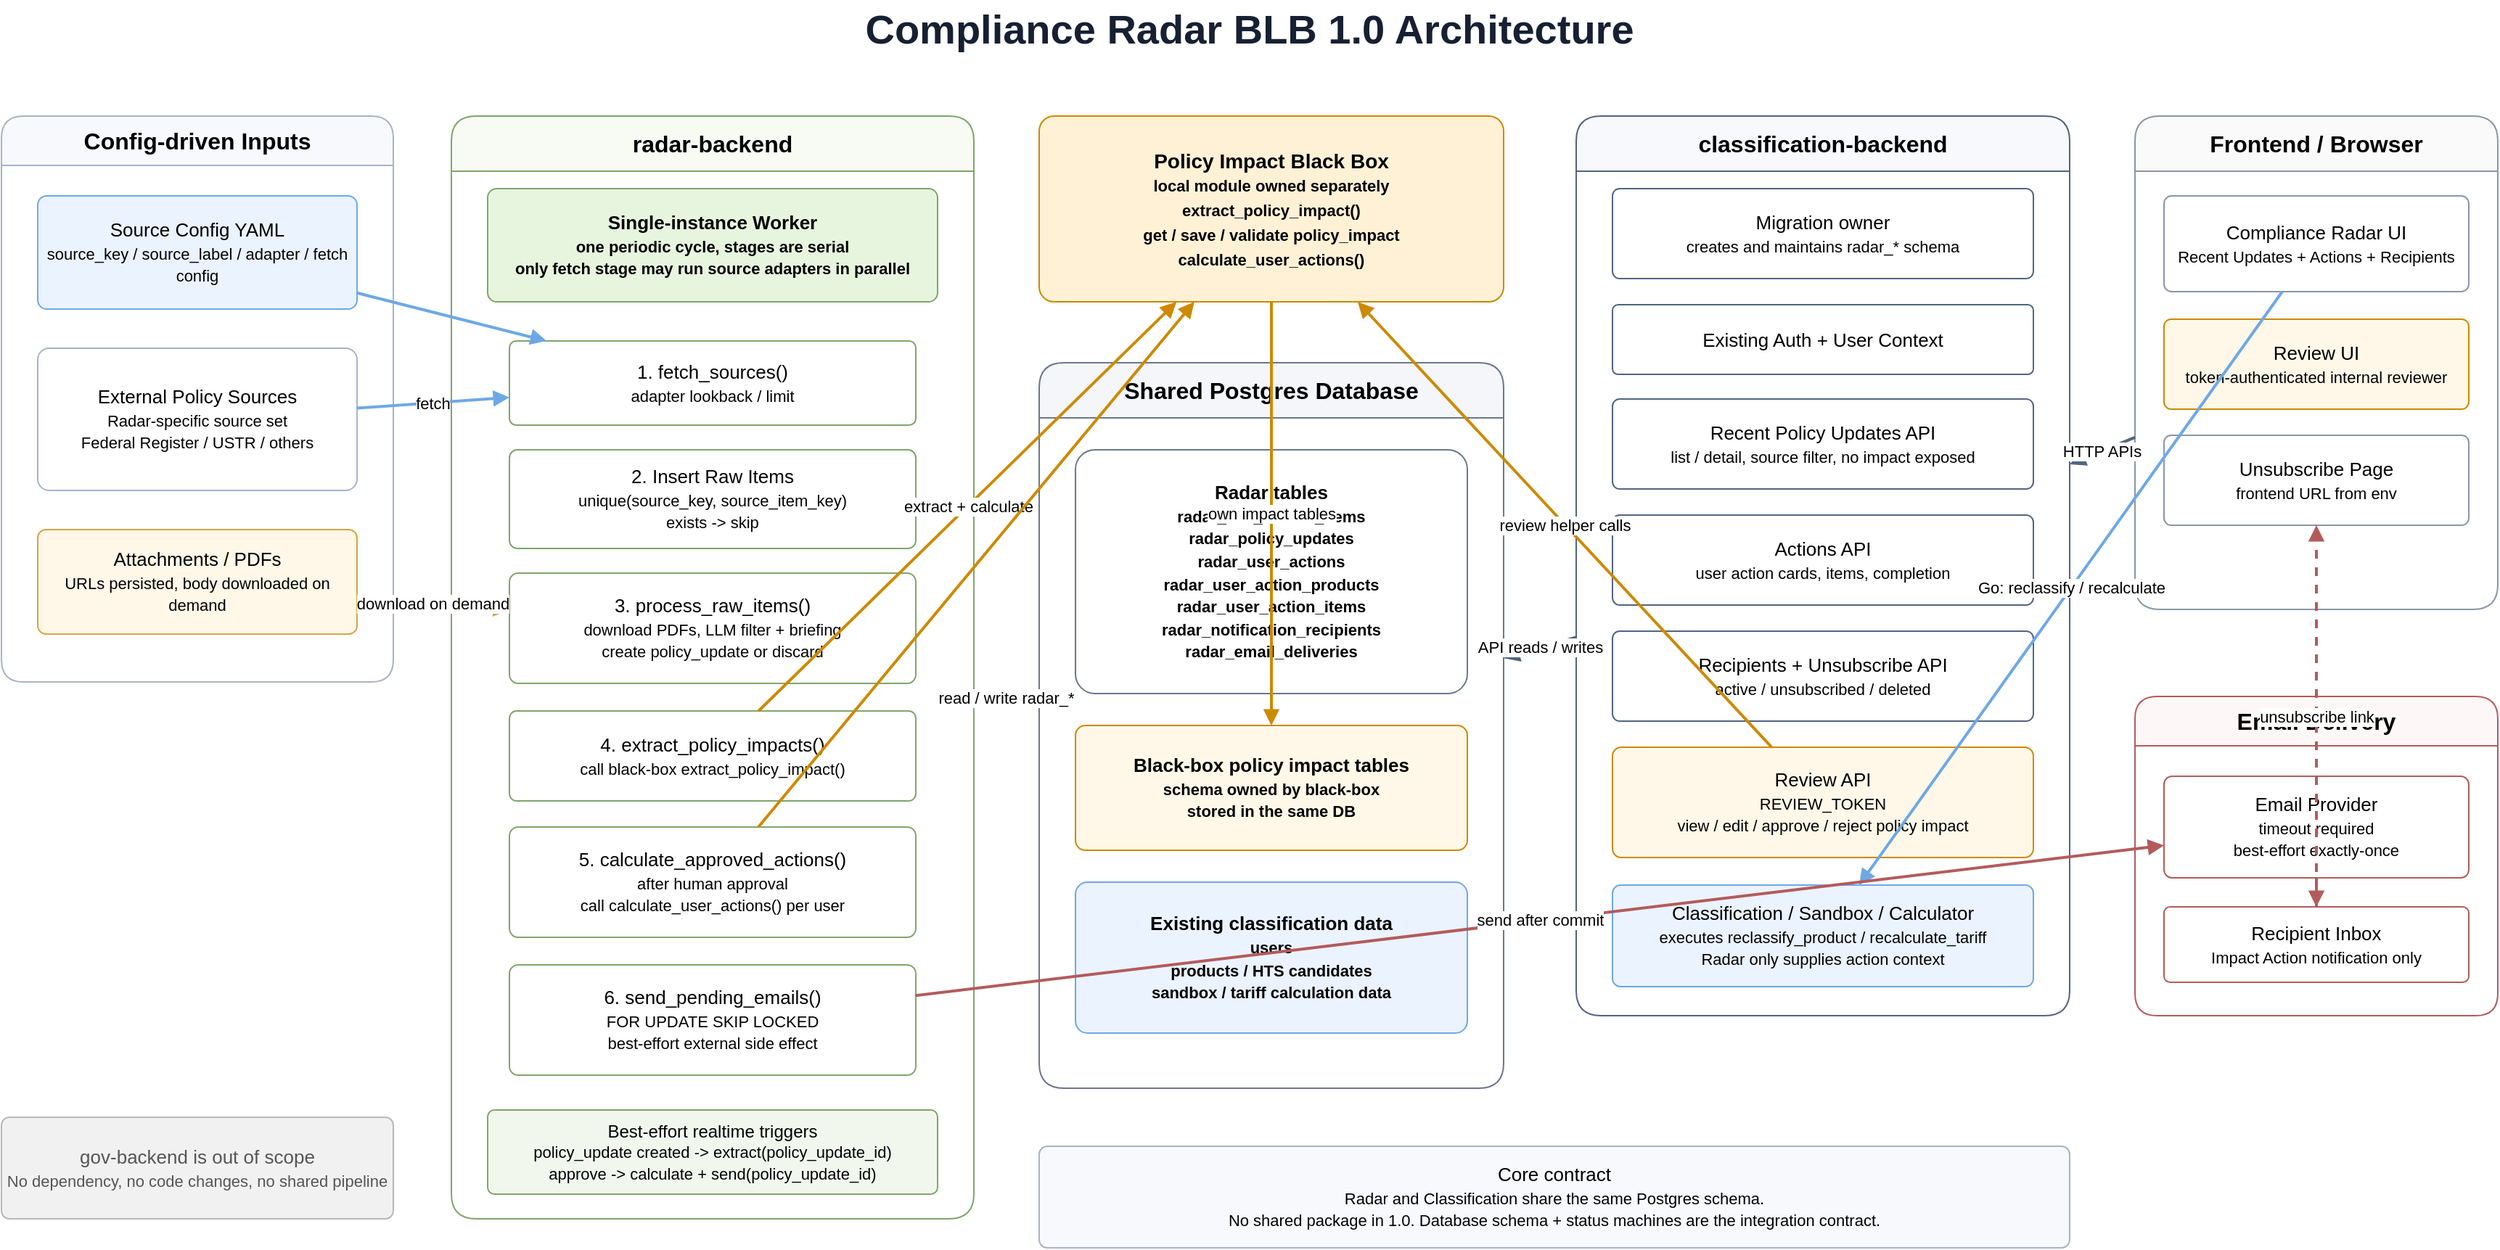
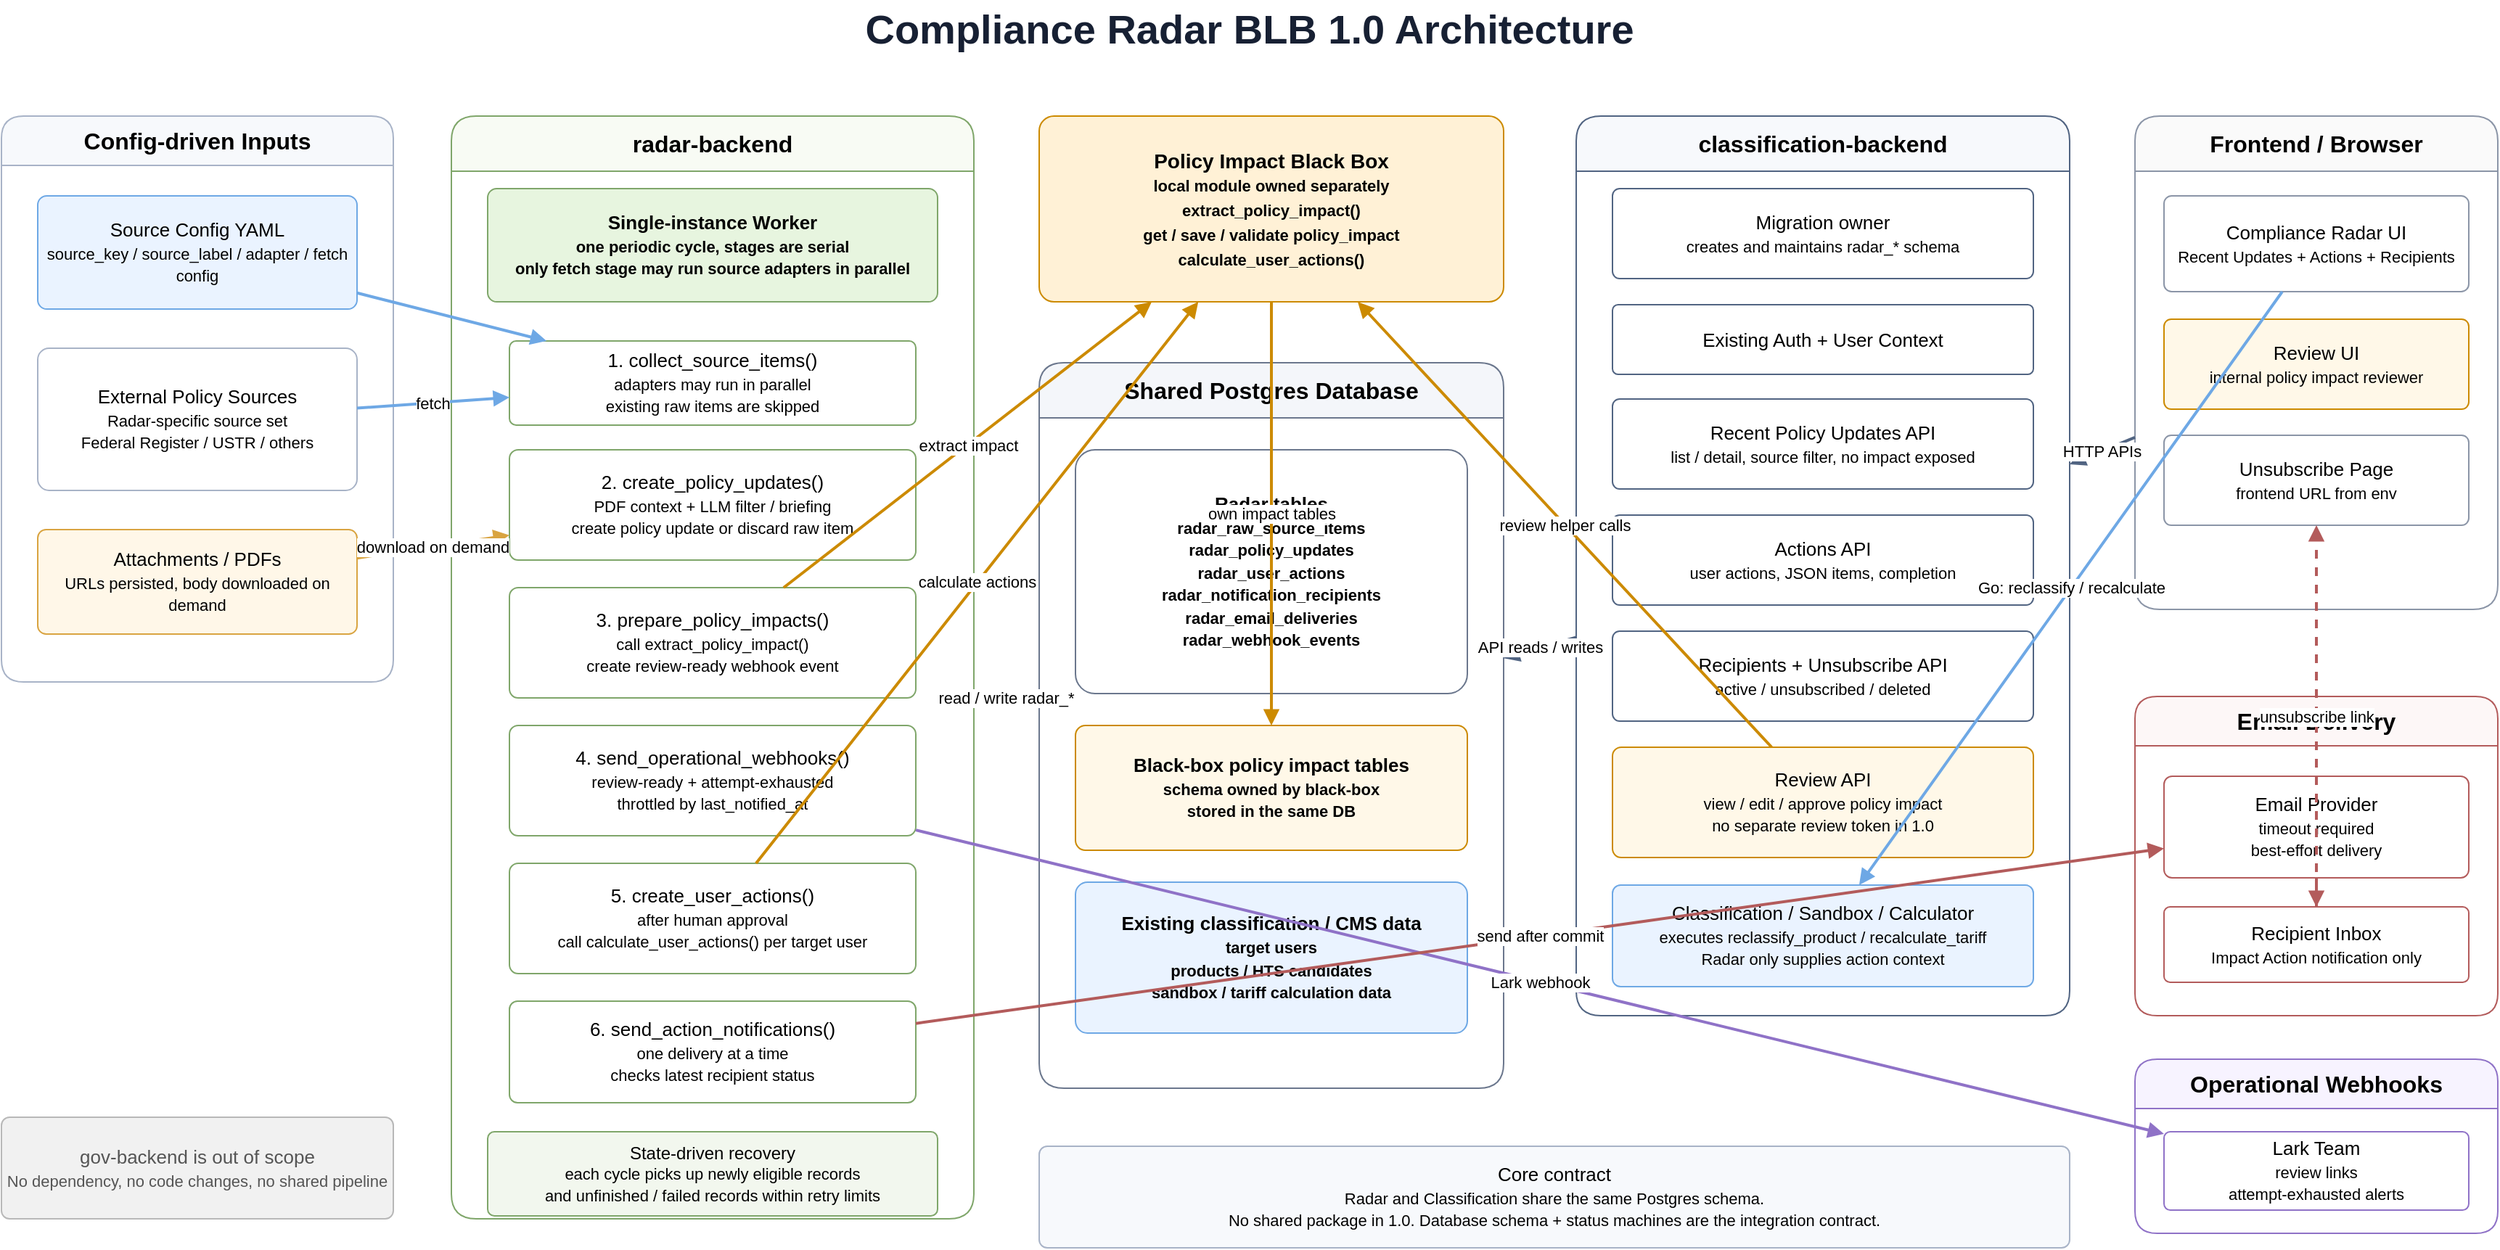
- <mxfile host="app.diagrams.net" modified="2026-05-08T00:00:00.000Z" agent="Codex" version="24.7.17" type="device">
+ <mxfile host="app.diagrams.net" modified="2026-05-12T00:00:00.000Z" agent="Codex" version="24.7.17" type="device">
  <diagram id="compliance-radar-architecture" name="Compliance Radar Architecture">
    <mxGraphModel dx="1800" dy="1100" grid="1" gridSize="10" guides="1" tooltips="1" connect="1" arrows="1" fold="1" page="1" pageScale="1" pageWidth="1800" pageHeight="1100" math="0" shadow="0">
      <root>
        <mxCell id="0" />
        <mxCell id="1" parent="0" />

        <mxCell id="title" value="Compliance Radar BLB 1.0 Architecture" style="text;html=1;strokeColor=none;fillColor=none;align=center;verticalAlign=middle;whiteSpace=wrap;rounded=0;fontSize=28;fontStyle=1;fontColor=#172033;" vertex="1" parent="1">
          <mxGeometry x="40" y="20" width="1720" height="40" as="geometry" />
        </mxCell>

        <mxCell id="sourcesContainer" value="Config-driven Inputs" style="swimlane;html=1;startSize=34;rounded=1;whiteSpace=wrap;fillColor=#F7F9FC;strokeColor=#A8B3C7;fontSize=16;fontStyle=1;" vertex="1" parent="1">
          <mxGeometry x="40" y="100" width="270" height="390" as="geometry" />
        </mxCell>
        <mxCell id="sourceConfig" value="Source Config YAML&lt;br&gt;&lt;font style=&quot;font-size: 11px;&quot;&gt;source_key / source_label / adapter / fetch config&lt;/font&gt;" style="rounded=1;whiteSpace=wrap;html=1;arcSize=8;fillColor=#EAF3FF;strokeColor=#6EA8E5;fontSize=13;" vertex="1" parent="1">
          <mxGeometry x="65" y="155" width="220" height="78" as="geometry" />
        </mxCell>
        <mxCell id="externalSources" value="External Policy Sources&lt;br&gt;&lt;font style=&quot;font-size: 11px;&quot;&gt;Radar-specific source set&lt;br&gt;Federal Register / USTR / others&lt;/font&gt;" style="rounded=1;whiteSpace=wrap;html=1;arcSize=8;fillColor=#FFFFFF;strokeColor=#A8B3C7;fontSize=13;" vertex="1" parent="1">
          <mxGeometry x="65" y="260" width="220" height="98" as="geometry" />
        </mxCell>
        <mxCell id="attachments" value="Attachments / PDFs&lt;br&gt;&lt;font style=&quot;font-size: 11px;&quot;&gt;URLs persisted, body downloaded on demand&lt;/font&gt;" style="rounded=1;whiteSpace=wrap;html=1;arcSize=8;fillColor=#FFF7E8;strokeColor=#D9A441;fontSize=13;" vertex="1" parent="1">
          <mxGeometry x="65" y="385" width="220" height="72" as="geometry" />
        </mxCell>

        <mxCell id="radarContainer" value="radar-backend" style="swimlane;html=1;startSize=38;rounded=1;whiteSpace=wrap;fillColor=#F8FBF4;strokeColor=#7FA66A;fontSize=16;fontStyle=1;" vertex="1" parent="1">
          <mxGeometry x="350" y="100" width="360" height="760" as="geometry" />
        </mxCell>
        <mxCell id="singleWorker" value="Single-instance Worker&lt;br&gt;&lt;font style=&quot;font-size: 11px;&quot;&gt;one periodic cycle, stages are serial&lt;br&gt;only fetch stage may run source adapters in parallel&lt;/font&gt;" style="rounded=1;whiteSpace=wrap;html=1;arcSize=8;fillColor=#E7F5DF;strokeColor=#7FA66A;fontSize=13;fontStyle=1;" vertex="1" parent="1">
          <mxGeometry x="375" y="150" width="310" height="78" as="geometry" />
        </mxCell>
-         <mxCell id="stageFetch" value="1. fetch_sources()&lt;br&gt;&lt;font style=&quot;font-size: 11px;&quot;&gt;adapter lookback / limit&lt;/font&gt;" style="rounded=1;whiteSpace=wrap;html=1;arcSize=8;fillColor=#FFFFFF;strokeColor=#7FA66A;fontSize=13;" vertex="1" parent="1">
+         <mxCell id="stageFetch" value="1. collect_source_items()&lt;br&gt;&lt;font style=&quot;font-size: 11px;&quot;&gt;adapters may run in parallel&lt;br&gt;existing raw items are skipped&lt;/font&gt;" style="rounded=1;whiteSpace=wrap;html=1;arcSize=8;fillColor=#FFFFFF;strokeColor=#7FA66A;fontSize=13;" vertex="1" parent="1">
          <mxGeometry x="390" y="255" width="280" height="58" as="geometry" />
        </mxCell>
-         <mxCell id="stageInsert" value="2. Insert Raw Items&lt;br&gt;&lt;font style=&quot;font-size: 11px;&quot;&gt;unique(source_key, source_item_key)&lt;br&gt;exists -&amp;gt; skip&lt;/font&gt;" style="rounded=1;whiteSpace=wrap;html=1;arcSize=8;fillColor=#FFFFFF;strokeColor=#7FA66A;fontSize=13;" vertex="1" parent="1">
-           <mxGeometry x="390" y="330" width="280" height="68" as="geometry" />
+         <mxCell id="stagePolicyUpdates" value="2. create_policy_updates()&lt;br&gt;&lt;font style=&quot;font-size: 11px;&quot;&gt;PDF context + LLM filter / briefing&lt;br&gt;create policy update or discard raw item&lt;/font&gt;" style="rounded=1;whiteSpace=wrap;html=1;arcSize=8;fillColor=#FFFFFF;strokeColor=#7FA66A;fontSize=13;" vertex="1" parent="1">
+           <mxGeometry x="390" y="330" width="280" height="76" as="geometry" />
        </mxCell>
-         <mxCell id="stageProcess" value="3. process_raw_items()&lt;br&gt;&lt;font style=&quot;font-size: 11px;&quot;&gt;download PDFs, LLM filter + briefing&lt;br&gt;create policy_update or discard&lt;/font&gt;" style="rounded=1;whiteSpace=wrap;html=1;arcSize=8;fillColor=#FFFFFF;strokeColor=#7FA66A;fontSize=13;" vertex="1" parent="1">
-           <mxGeometry x="390" y="415" width="280" height="76" as="geometry" />
+         <mxCell id="stageImpacts" value="3. prepare_policy_impacts()&lt;br&gt;&lt;font style=&quot;font-size: 11px;&quot;&gt;call extract_policy_impact()&lt;br&gt;create review-ready webhook event&lt;/font&gt;" style="rounded=1;whiteSpace=wrap;html=1;arcSize=8;fillColor=#FFFFFF;strokeColor=#7FA66A;fontSize=13;" vertex="1" parent="1">
+           <mxGeometry x="390" y="425" width="280" height="76" as="geometry" />
        </mxCell>
-         <mxCell id="stageExtract" value="4. extract_policy_impacts()&lt;br&gt;&lt;font style=&quot;font-size: 11px;&quot;&gt;call black-box extract_policy_impact()&lt;/font&gt;" style="rounded=1;whiteSpace=wrap;html=1;arcSize=8;fillColor=#FFFFFF;strokeColor=#7FA66A;fontSize=13;" vertex="1" parent="1">
-           <mxGeometry x="390" y="510" width="280" height="62" as="geometry" />
+         <mxCell id="stageWebhooks" value="4. send_operational_webhooks()&lt;br&gt;&lt;font style=&quot;font-size: 11px;&quot;&gt;review-ready + attempt-exhausted&lt;br&gt;throttled by last_notified_at&lt;/font&gt;" style="rounded=1;whiteSpace=wrap;html=1;arcSize=8;fillColor=#FFFFFF;strokeColor=#7FA66A;fontSize=13;" vertex="1" parent="1">
+           <mxGeometry x="390" y="520" width="280" height="76" as="geometry" />
        </mxCell>
-         <mxCell id="stageActions" value="5. calculate_approved_actions()&lt;br&gt;&lt;font style=&quot;font-size: 11px;&quot;&gt;after human approval&lt;br&gt;call calculate_user_actions() per user&lt;/font&gt;" style="rounded=1;whiteSpace=wrap;html=1;arcSize=8;fillColor=#FFFFFF;strokeColor=#7FA66A;fontSize=13;" vertex="1" parent="1">
-           <mxGeometry x="390" y="590" width="280" height="76" as="geometry" />
+         <mxCell id="stageActions" value="5. create_user_actions()&lt;br&gt;&lt;font style=&quot;font-size: 11px;&quot;&gt;after human approval&lt;br&gt;call calculate_user_actions() per target user&lt;/font&gt;" style="rounded=1;whiteSpace=wrap;html=1;arcSize=8;fillColor=#FFFFFF;strokeColor=#7FA66A;fontSize=13;" vertex="1" parent="1">
+           <mxGeometry x="390" y="615" width="280" height="76" as="geometry" />
        </mxCell>
-         <mxCell id="stageEmail" value="6. send_pending_emails()&lt;br&gt;&lt;font style=&quot;font-size: 11px;&quot;&gt;FOR UPDATE SKIP LOCKED&lt;br&gt;best-effort external side effect&lt;/font&gt;" style="rounded=1;whiteSpace=wrap;html=1;arcSize=8;fillColor=#FFFFFF;strokeColor=#7FA66A;fontSize=13;" vertex="1" parent="1">
-           <mxGeometry x="390" y="685" width="280" height="76" as="geometry" />
+         <mxCell id="stageEmail" value="6. send_action_notifications()&lt;br&gt;&lt;font style=&quot;font-size: 11px;&quot;&gt;one delivery at a time&lt;br&gt;checks latest recipient status&lt;/font&gt;" style="rounded=1;whiteSpace=wrap;html=1;arcSize=8;fillColor=#FFFFFF;strokeColor=#7FA66A;fontSize=13;" vertex="1" parent="1">
+           <mxGeometry x="390" y="710" width="280" height="70" as="geometry" />
        </mxCell>
-         <mxCell id="realtimeTriggers" value="Best-effort realtime triggers&lt;br&gt;&lt;font style=&quot;font-size: 11px;&quot;&gt;policy_update created -&amp;gt; extract(policy_update_id)&lt;br&gt;approve -&amp;gt; calculate + send(policy_update_id)&lt;/font&gt;" style="rounded=1;whiteSpace=wrap;html=1;arcSize=8;fillColor=#F2F7EE;strokeColor=#7FA66A;fontSize=12;" vertex="1" parent="1">
-           <mxGeometry x="375" y="785" width="310" height="58" as="geometry" />
+         <mxCell id="stateDrivenRecovery" value="State-driven recovery&lt;br&gt;&lt;font style=&quot;font-size: 11px;&quot;&gt;each cycle picks up newly eligible records&lt;br&gt;and unfinished / failed records within retry limits&lt;/font&gt;" style="rounded=1;whiteSpace=wrap;html=1;arcSize=8;fillColor=#F2F7EE;strokeColor=#7FA66A;fontSize=12;" vertex="1" parent="1">
+           <mxGeometry x="375" y="800" width="310" height="58" as="geometry" />
        </mxCell>

        <mxCell id="blackbox" value="Policy Impact Black Box&lt;br&gt;&lt;font style=&quot;font-size: 11px;&quot;&gt;local module owned separately&lt;br&gt;extract_policy_impact()&lt;br&gt;get / save / validate policy_impact&lt;br&gt;calculate_user_actions()&lt;/font&gt;" style="rounded=1;whiteSpace=wrap;html=1;arcSize=8;fillColor=#FFF1D6;strokeColor=#CC8A00;fontSize=14;fontStyle=1;" vertex="1" parent="1">
          <mxGeometry x="755" y="100" width="320" height="128" as="geometry" />
        </mxCell>

        <mxCell id="dbContainer" value="Shared Postgres Database" style="swimlane;html=1;startSize=38;rounded=1;whiteSpace=wrap;fillColor=#F4F6FA;strokeColor=#6B778D;fontSize=16;fontStyle=1;" vertex="1" parent="1">
          <mxGeometry x="755" y="270" width="320" height="500" as="geometry" />
        </mxCell>
-         <mxCell id="radarTables" value="Radar tables&lt;br&gt;&lt;font style=&quot;font-size: 11px;&quot;&gt;radar_raw_source_items&lt;br&gt;radar_policy_updates&lt;br&gt;radar_user_actions&lt;br&gt;radar_user_action_products&lt;br&gt;radar_user_action_items&lt;br&gt;radar_notification_recipients&lt;br&gt;radar_email_deliveries&lt;/font&gt;" style="rounded=1;whiteSpace=wrap;html=1;arcSize=8;fillColor=#FFFFFF;strokeColor=#6B778D;fontSize=13;fontStyle=1;" vertex="1" parent="1">
+         <mxCell id="radarTables" value="Radar tables&lt;br&gt;&lt;font style=&quot;font-size: 11px;&quot;&gt;radar_raw_source_items&lt;br&gt;radar_policy_updates&lt;br&gt;radar_user_actions&lt;br&gt;radar_notification_recipients&lt;br&gt;radar_email_deliveries&lt;br&gt;radar_webhook_events&lt;/font&gt;" style="rounded=1;whiteSpace=wrap;html=1;arcSize=8;fillColor=#FFFFFF;strokeColor=#6B778D;fontSize=13;fontStyle=1;" vertex="1" parent="1">
          <mxGeometry x="780" y="330" width="270" height="168" as="geometry" />
        </mxCell>
        <mxCell id="impactTables" value="Black-box policy impact tables&lt;br&gt;&lt;font style=&quot;font-size: 11px;&quot;&gt;schema owned by black-box&lt;br&gt;stored in the same DB&lt;/font&gt;" style="rounded=1;whiteSpace=wrap;html=1;arcSize=8;fillColor=#FFF8E8;strokeColor=#CC8A00;fontSize=13;fontStyle=1;" vertex="1" parent="1">
          <mxGeometry x="780" y="520" width="270" height="86" as="geometry" />
        </mxCell>
-         <mxCell id="classificationTables" value="Existing classification data&lt;br&gt;&lt;font style=&quot;font-size: 11px;&quot;&gt;users&lt;br&gt;products / HTS candidates&lt;br&gt;sandbox / tariff calculation data&lt;/font&gt;" style="rounded=1;whiteSpace=wrap;html=1;arcSize=8;fillColor=#EAF3FF;strokeColor=#6EA8E5;fontSize=13;fontStyle=1;" vertex="1" parent="1">
+         <mxCell id="classificationTables" value="Existing classification / CMS data&lt;br&gt;&lt;font style=&quot;font-size: 11px;&quot;&gt;target users&lt;br&gt;products / HTS candidates&lt;br&gt;sandbox / tariff calculation data&lt;/font&gt;" style="rounded=1;whiteSpace=wrap;html=1;arcSize=8;fillColor=#EAF3FF;strokeColor=#6EA8E5;fontSize=13;fontStyle=1;" vertex="1" parent="1">
          <mxGeometry x="780" y="628" width="270" height="104" as="geometry" />
        </mxCell>

        <mxCell id="classificationContainer" value="classification-backend" style="swimlane;html=1;startSize=38;rounded=1;whiteSpace=wrap;fillColor=#F7F9FC;strokeColor=#516482;fontSize=16;fontStyle=1;" vertex="1" parent="1">
          <mxGeometry x="1125" y="100" width="340" height="620" as="geometry" />
        </mxCell>
        <mxCell id="migrationOwner" value="Migration owner&lt;br&gt;&lt;font style=&quot;font-size: 11px;&quot;&gt;creates and maintains radar_* schema&lt;/font&gt;" style="rounded=1;whiteSpace=wrap;html=1;arcSize=8;fillColor=#FFFFFF;strokeColor=#516482;fontSize=13;" vertex="1" parent="1">
          <mxGeometry x="1150" y="150" width="290" height="62" as="geometry" />
        </mxCell>
        <mxCell id="authApi" value="Existing Auth + User Context" style="rounded=1;whiteSpace=wrap;html=1;arcSize=8;fillColor=#FFFFFF;strokeColor=#516482;fontSize=13;" vertex="1" parent="1">
          <mxGeometry x="1150" y="230" width="290" height="48" as="geometry" />
        </mxCell>
        <mxCell id="recentApi" value="Recent Policy Updates API&lt;br&gt;&lt;font style=&quot;font-size: 11px;&quot;&gt;list / detail, source filter, no impact exposed&lt;/font&gt;" style="rounded=1;whiteSpace=wrap;html=1;arcSize=8;fillColor=#FFFFFF;strokeColor=#516482;fontSize=13;" vertex="1" parent="1">
          <mxGeometry x="1150" y="295" width="290" height="62" as="geometry" />
        </mxCell>
-         <mxCell id="actionApi" value="Actions API&lt;br&gt;&lt;font style=&quot;font-size: 11px;&quot;&gt;user action cards, items, completion&lt;/font&gt;" style="rounded=1;whiteSpace=wrap;html=1;arcSize=8;fillColor=#FFFFFF;strokeColor=#516482;fontSize=13;" vertex="1" parent="1">
+         <mxCell id="actionApi" value="Actions API&lt;br&gt;&lt;font style=&quot;font-size: 11px;&quot;&gt;user actions, JSON items, completion&lt;/font&gt;" style="rounded=1;whiteSpace=wrap;html=1;arcSize=8;fillColor=#FFFFFF;strokeColor=#516482;fontSize=13;" vertex="1" parent="1">
          <mxGeometry x="1150" y="375" width="290" height="62" as="geometry" />
        </mxCell>
        <mxCell id="recipientApi" value="Recipients + Unsubscribe API&lt;br&gt;&lt;font style=&quot;font-size: 11px;&quot;&gt;active / unsubscribed / deleted&lt;/font&gt;" style="rounded=1;whiteSpace=wrap;html=1;arcSize=8;fillColor=#FFFFFF;strokeColor=#516482;fontSize=13;" vertex="1" parent="1">
          <mxGeometry x="1150" y="455" width="290" height="62" as="geometry" />
        </mxCell>
-         <mxCell id="reviewApi" value="Review API&lt;br&gt;&lt;font style=&quot;font-size: 11px;&quot;&gt;REVIEW_TOKEN&lt;br&gt;view / edit / approve / reject policy impact&lt;/font&gt;" style="rounded=1;whiteSpace=wrap;html=1;arcSize=8;fillColor=#FFF8E8;strokeColor=#CC8A00;fontSize=13;" vertex="1" parent="1">
+         <mxCell id="reviewApi" value="Review API&lt;br&gt;&lt;font style=&quot;font-size: 11px;&quot;&gt;view / edit / approve policy impact&lt;br&gt;no separate review token in 1.0&lt;/font&gt;" style="rounded=1;whiteSpace=wrap;html=1;arcSize=8;fillColor=#FFF8E8;strokeColor=#CC8A00;fontSize=13;" vertex="1" parent="1">
          <mxGeometry x="1150" y="535" width="290" height="76" as="geometry" />
        </mxCell>
        <mxCell id="executionApi" value="Classification / Sandbox / Calculator&lt;br&gt;&lt;font style=&quot;font-size: 11px;&quot;&gt;executes reclassify_product / recalculate_tariff&lt;br&gt;Radar only supplies action context&lt;/font&gt;" style="rounded=1;whiteSpace=wrap;html=1;arcSize=8;fillColor=#EAF3FF;strokeColor=#6EA8E5;fontSize=13;" vertex="1" parent="1">
          <mxGeometry x="1150" y="630" width="290" height="70" as="geometry" />
        </mxCell>

        <mxCell id="frontendContainer" value="Frontend / Browser" style="swimlane;html=1;startSize=38;rounded=1;whiteSpace=wrap;fillColor=#FAFAFA;strokeColor=#8B95A7;fontSize=16;fontStyle=1;" vertex="1" parent="1">
          <mxGeometry x="1510" y="100" width="250" height="340" as="geometry" />
        </mxCell>
        <mxCell id="radarUi" value="Compliance Radar UI&lt;br&gt;&lt;font style=&quot;font-size: 11px;&quot;&gt;Recent Updates + Actions + Recipients&lt;/font&gt;" style="rounded=1;whiteSpace=wrap;html=1;arcSize=8;fillColor=#FFFFFF;strokeColor=#8B95A7;fontSize=13;" vertex="1" parent="1">
          <mxGeometry x="1530" y="155" width="210" height="66" as="geometry" />
        </mxCell>
-         <mxCell id="reviewUi" value="Review UI&lt;br&gt;&lt;font style=&quot;font-size: 11px;&quot;&gt;token-authenticated internal reviewer&lt;/font&gt;" style="rounded=1;whiteSpace=wrap;html=1;arcSize=8;fillColor=#FFF8E8;strokeColor=#CC8A00;fontSize=13;" vertex="1" parent="1">
+         <mxCell id="reviewUi" value="Review UI&lt;br&gt;&lt;font style=&quot;font-size: 11px;&quot;&gt;internal policy impact reviewer&lt;/font&gt;" style="rounded=1;whiteSpace=wrap;html=1;arcSize=8;fillColor=#FFF8E8;strokeColor=#CC8A00;fontSize=13;" vertex="1" parent="1">
          <mxGeometry x="1530" y="240" width="210" height="62" as="geometry" />
        </mxCell>
        <mxCell id="unsubscribePage" value="Unsubscribe Page&lt;br&gt;&lt;font style=&quot;font-size: 11px;&quot;&gt;frontend URL from env&lt;/font&gt;" style="rounded=1;whiteSpace=wrap;html=1;arcSize=8;fillColor=#FFFFFF;strokeColor=#8B95A7;fontSize=13;" vertex="1" parent="1">
          <mxGeometry x="1530" y="320" width="210" height="62" as="geometry" />
        </mxCell>

        <mxCell id="emailContainer" value="Email Delivery" style="swimlane;html=1;startSize=34;rounded=1;whiteSpace=wrap;fillColor=#FDF7F7;strokeColor=#B35B5B;fontSize=16;fontStyle=1;" vertex="1" parent="1">
          <mxGeometry x="1510" y="500" width="250" height="220" as="geometry" />
        </mxCell>
-         <mxCell id="emailProvider" value="Email Provider&lt;br&gt;&lt;font style=&quot;font-size: 11px;&quot;&gt;timeout required&lt;br&gt;best-effort exactly-once&lt;/font&gt;" style="rounded=1;whiteSpace=wrap;html=1;arcSize=8;fillColor=#FFFFFF;strokeColor=#B35B5B;fontSize=13;" vertex="1" parent="1">
+         <mxCell id="emailProvider" value="Email Provider&lt;br&gt;&lt;font style=&quot;font-size: 11px;&quot;&gt;timeout required&lt;br&gt;best-effort delivery&lt;/font&gt;" style="rounded=1;whiteSpace=wrap;html=1;arcSize=8;fillColor=#FFFFFF;strokeColor=#B35B5B;fontSize=13;" vertex="1" parent="1">
          <mxGeometry x="1530" y="555" width="210" height="70" as="geometry" />
        </mxCell>
        <mxCell id="recipientInbox" value="Recipient Inbox&lt;br&gt;&lt;font style=&quot;font-size: 11px;&quot;&gt;Impact Action notification only&lt;/font&gt;" style="rounded=1;whiteSpace=wrap;html=1;arcSize=8;fillColor=#FFFFFF;strokeColor=#B35B5B;fontSize=13;" vertex="1" parent="1">
          <mxGeometry x="1530" y="645" width="210" height="52" as="geometry" />
+         </mxCell>
+ 
+         <mxCell id="opsContainer" value="Operational Webhooks" style="swimlane;html=1;startSize=34;rounded=1;whiteSpace=wrap;fillColor=#F7F3FF;strokeColor=#8F72C7;fontSize=16;fontStyle=1;" vertex="1" parent="1">
+           <mxGeometry x="1510" y="750" width="250" height="120" as="geometry" />
+         </mxCell>
+         <mxCell id="larkTeam" value="Lark Team&lt;br&gt;&lt;font style=&quot;font-size: 11px;&quot;&gt;review links&lt;br&gt;attempt-exhausted alerts&lt;/font&gt;" style="rounded=1;whiteSpace=wrap;html=1;arcSize=8;fillColor=#FFFFFF;strokeColor=#8F72C7;fontSize=13;" vertex="1" parent="1">
+           <mxGeometry x="1530" y="800" width="210" height="54" as="geometry" />
        </mxCell>

        <mxCell id="notGov" value="gov-backend is out of scope&lt;br&gt;&lt;font style=&quot;font-size: 11px;&quot;&gt;No dependency, no code changes, no shared pipeline&lt;/font&gt;" style="rounded=1;whiteSpace=wrap;html=1;arcSize=8;fillColor=#F1F1F1;strokeColor=#B8B8B8;fontSize=13;fontColor=#555555;" vertex="1" parent="1">
          <mxGeometry x="40" y="790" width="270" height="70" as="geometry" />
        </mxCell>

        <mxCell id="legend" value="Core contract&lt;br&gt;&lt;font style=&quot;font-size: 11px;&quot;&gt;Radar and Classification share the same Postgres schema.&lt;br&gt;No shared package in 1.0. Database schema + status machines are the integration contract.&lt;/font&gt;" style="rounded=1;whiteSpace=wrap;html=1;arcSize=8;fillColor=#F7F9FC;strokeColor=#A8B3C7;fontSize=13;" vertex="1" parent="1">
          <mxGeometry x="755" y="810" width="710" height="70" as="geometry" />
        </mxCell>

        <mxCell id="eConfigFetch" value="" style="endArrow=block;html=1;rounded=0;strokeWidth=2;strokeColor=#6EA8E5;" edge="1" parent="1" source="sourceConfig" target="stageFetch">
          <mxGeometry relative="1" as="geometry" />
        </mxCell>
        <mxCell id="eSourcesFetch" value="fetch" style="endArrow=block;html=1;rounded=0;strokeWidth=2;strokeColor=#6EA8E5;fontSize=11;" edge="1" parent="1" source="externalSources" target="stageFetch">
          <mxGeometry relative="1" as="geometry" />
        </mxCell>
-         <mxCell id="ePdfsProcess" value="download on demand" style="endArrow=block;html=1;rounded=0;strokeWidth=2;strokeColor=#D9A441;fontSize=11;" edge="1" parent="1" source="attachments" target="stageProcess">
+         <mxCell id="ePdfsProcess" value="download on demand" style="endArrow=block;html=1;rounded=0;strokeWidth=2;strokeColor=#D9A441;fontSize=11;" edge="1" parent="1" source="attachments" target="stagePolicyUpdates">
          <mxGeometry relative="1" as="geometry" />
        </mxCell>

        <mxCell id="eWorkerDb" value="read / write radar_*" style="endArrow=block;html=1;rounded=0;strokeWidth=2;strokeColor=#5B7F4D;fontSize=11;" edge="1" parent="1" source="radarContainer" target="dbContainer">
          <mxGeometry relative="1" as="geometry" />
        </mxCell>
-         <mxCell id="eWorkerBlackbox" value="extract + calculate" style="endArrow=block;html=1;rounded=0;strokeWidth=2;strokeColor=#CC8A00;fontSize=11;" edge="1" parent="1" source="stageExtract" target="blackbox">
+         <mxCell id="eWorkerBlackbox" value="extract impact" style="endArrow=block;html=1;rounded=0;strokeWidth=2;strokeColor=#CC8A00;fontSize=11;" edge="1" parent="1" source="stageImpacts" target="blackbox">
          <mxGeometry relative="1" as="geometry" />
        </mxCell>
-         <mxCell id="eActionsBlackbox" value="" style="endArrow=block;html=1;rounded=0;strokeWidth=2;strokeColor=#CC8A00;" edge="1" parent="1" source="stageActions" target="blackbox">
+         <mxCell id="eActionsBlackbox" value="calculate actions" style="endArrow=block;html=1;rounded=0;strokeWidth=2;strokeColor=#CC8A00;fontSize=11;" edge="1" parent="1" source="stageActions" target="blackbox">
          <mxGeometry relative="1" as="geometry">
            <mxPoint x="725" y="615" as="targetPoint" />
          </mxGeometry>
+         </mxCell>
+         <mxCell id="eOpsWebhook" value="Lark webhook" style="endArrow=block;html=1;rounded=0;strokeWidth=2;strokeColor=#8F72C7;fontSize=11;" edge="1" parent="1" source="stageWebhooks" target="larkTeam">
+           <mxGeometry relative="1" as="geometry" />
        </mxCell>
        <mxCell id="eBlackboxDb" value="own impact tables" style="endArrow=block;html=1;rounded=0;strokeWidth=2;strokeColor=#CC8A00;fontSize=11;" edge="1" parent="1" source="blackbox" target="impactTables">
          <mxGeometry relative="1" as="geometry" />
        </mxCell>

        <mxCell id="eClassDb" value="API reads / writes" style="endArrow=block;html=1;rounded=0;strokeWidth=2;strokeColor=#516482;fontSize=11;" edge="1" parent="1" source="classificationContainer" target="dbContainer">
          <mxGeometry relative="1" as="geometry" />
        </mxCell>
        <mxCell id="eReviewBlackbox" value="review helper calls" style="endArrow=block;html=1;rounded=0;strokeWidth=2;strokeColor=#CC8A00;fontSize=11;" edge="1" parent="1" source="reviewApi" target="blackbox">
          <mxGeometry relative="1" as="geometry" />
        </mxCell>

        <mxCell id="eFrontendBackend" value="HTTP APIs" style="endArrow=block;html=1;rounded=0;strokeWidth=2;strokeColor=#516482;fontSize=11;" edge="1" parent="1" source="frontendContainer" target="classificationContainer">
          <mxGeometry relative="1" as="geometry" />
        </mxCell>
        <mxCell id="eGoExecute" value="Go: reclassify / recalculate" style="endArrow=block;html=1;rounded=0;strokeWidth=2;strokeColor=#6EA8E5;fontSize=11;" edge="1" parent="1" source="radarUi" target="executionApi">
          <mxGeometry relative="1" as="geometry" />
        </mxCell>
        <mxCell id="eEmailProvider" value="send after commit" style="endArrow=block;html=1;rounded=0;strokeWidth=2;strokeColor=#B35B5B;fontSize=11;" edge="1" parent="1" source="stageEmail" target="emailProvider">
          <mxGeometry relative="1" as="geometry" />
        </mxCell>
        <mxCell id="eProviderInbox" value="" style="endArrow=block;html=1;rounded=0;strokeWidth=2;strokeColor=#B35B5B;" edge="1" parent="1" source="emailProvider" target="recipientInbox">
          <mxGeometry relative="1" as="geometry" />
        </mxCell>
        <mxCell id="eUnsubscribe" value="unsubscribe link" style="endArrow=block;html=1;rounded=0;strokeWidth=2;strokeColor=#B35B5B;fontSize=11;dashed=1;" edge="1" parent="1" source="recipientInbox" target="unsubscribePage">
          <mxGeometry relative="1" as="geometry" />
        </mxCell>
      </root>
    </mxGraphModel>
  </diagram>
</mxfile>
